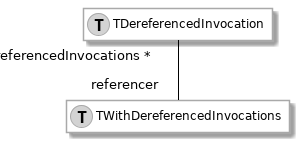
moosetechnology/moose-wiki keeps this PlantUML diagram as Developers/Diagrams/derefInvok.png. Above is the earlier version. Source of this version:
```plantuml
@startuml
hide empty members

skinparam class {
  BackgroundColor white
  ArrowColor black
  BorderColor darkGray
}

class behavior1 as "TWithDereferencedInvocations" << (T,lightGrey) >> {
}

class behavior2 as "TDereferencedInvocation" << (T,lightGrey) >> {
}


behavior2 "dereferencedInvocations * " -[#black]- "referencer  " behavior1

@enduml
```
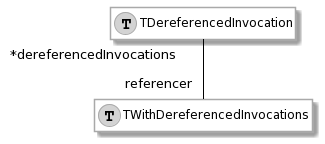
After the change.

Change to the diagram source:
```diff
@@ -7,13 +7,11 @@
   BorderColor darkGray
 }
 
-class behavior1 as "TWithDereferencedInvocations" << (T,lightGrey) >> {
+class TDereferencedInvocation << (T,lightGrey) >> {
 }
-
-class behavior2 as "TDereferencedInvocation" << (T,lightGrey) >> {
+class TWithDereferencedInvocations << (T,lightGrey) >> {
 }
 
 
-behavior2 "dereferencedInvocations * " -[#black]- "referencer  " behavior1
-
+TDereferencedInvocation " *dereferencedInvocations" -- "referencer" TWithDereferencedInvocations
 @enduml
```
